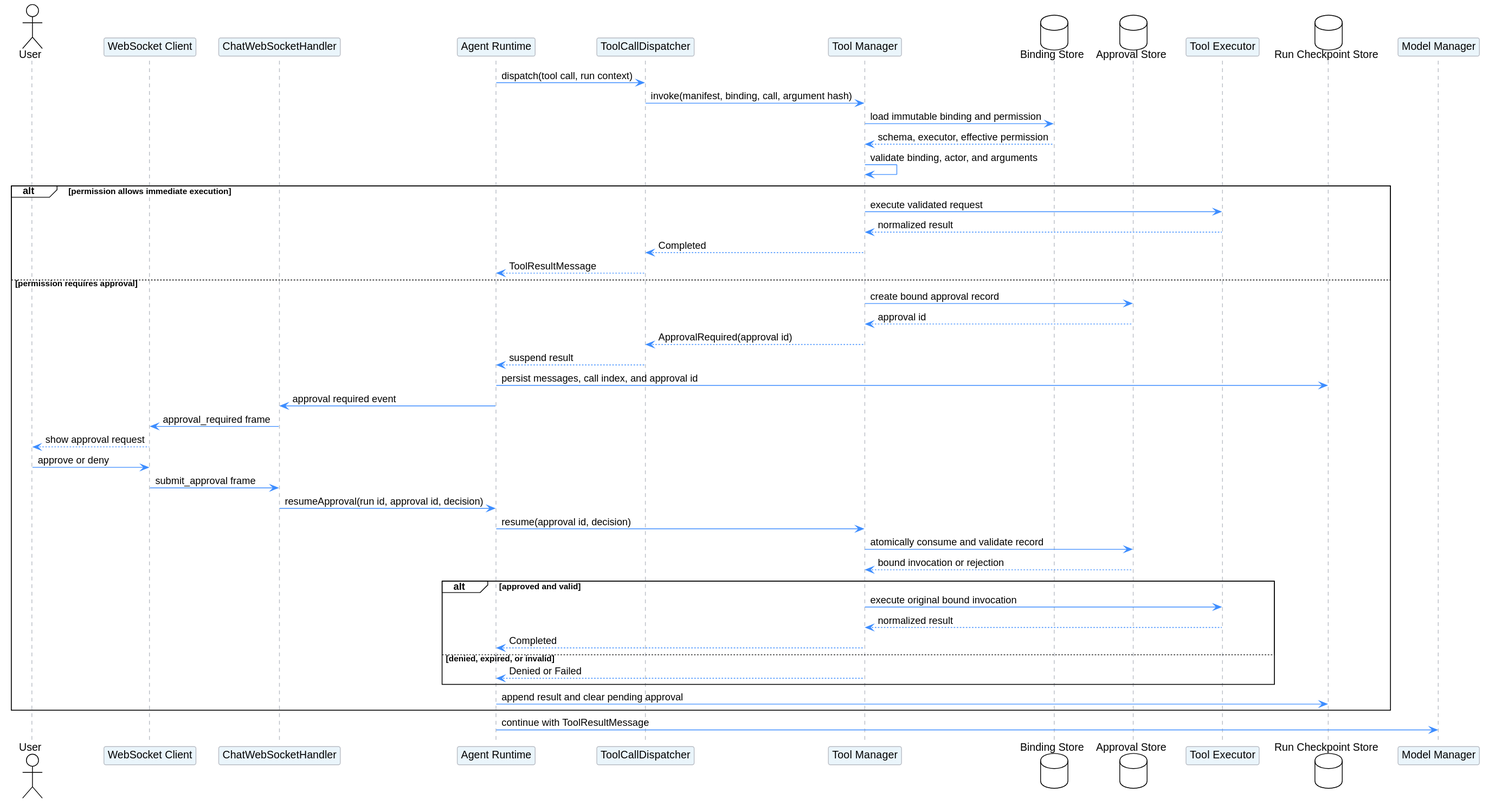
This is managed-agent-session/tool_approval_resume_sequence.svg from superheromeZzh/pi-mono-java-design, a PlantUML export, as it was before one commit. Its diagram source:
```plantuml
@startuml
!theme plain
skinparam backgroundColor white
skinparam defaultFontName Helvetica
skinparam shadowing false
skinparam ArrowColor #3D8DFF
skinparam sequenceParticipantBorderColor #B8BCC4
skinparam sequenceParticipantBackgroundColor #EAF5FB
skinparam sequenceLifeLineBorderColor #B8BCC4

actor User
participant "WebSocket Client" as Client
participant "ChatWebSocketHandler" as Handler
participant "Agent Runtime" as Runtime
participant "ToolCallDispatcher" as Dispatcher
participant "Tool Manager" as ToolManager
database "Binding Store" as BindingStore
database "Approval Store" as ApprovalStore
participant "Tool Executor" as Executor
database "Run Checkpoint Store" as CheckpointStore
participant "Model Manager" as ModelManager

Runtime -> Dispatcher: dispatch(tool call, run context)
Dispatcher -> ToolManager: invoke(manifest, binding, call, argument hash)
ToolManager -> BindingStore: load immutable binding and permission
BindingStore --> ToolManager: schema, executor, effective permission
ToolManager -> ToolManager: validate binding, actor, and arguments

alt permission allows immediate execution
  ToolManager -> Executor: execute validated request
  Executor --> ToolManager: normalized result
  ToolManager --> Dispatcher: Completed
  Dispatcher --> Runtime: ToolResultMessage
else permission requires approval
  ToolManager -> ApprovalStore: create bound approval record
  ApprovalStore --> ToolManager: approval id
  ToolManager --> Dispatcher: ApprovalRequired(approval id)
  Dispatcher --> Runtime: suspend result
  Runtime -> CheckpointStore: persist messages, call index, and approval id
  Runtime -> Handler: approval required event
  Handler -> Client: approval_required frame
  Client --> User: show approval request
  User -> Client: approve or deny
  Client -> Handler: submit_approval frame
  Handler -> Runtime: resumeApproval(run id, approval id, decision)
  Runtime -> ToolManager: resume(approval id, decision)
  ToolManager -> ApprovalStore: atomically consume and validate record
  ApprovalStore --> ToolManager: bound invocation or rejection
  alt approved and valid
    ToolManager -> Executor: execute original bound invocation
    Executor --> ToolManager: normalized result
    ToolManager --> Runtime: Completed
  else denied, expired, or invalid
    ToolManager --> Runtime: Denied or Failed
  end
  Runtime -> CheckpointStore: append result and clear pending approval
end

Runtime -> ModelManager: continue with ToolResultMessage
@enduml
```
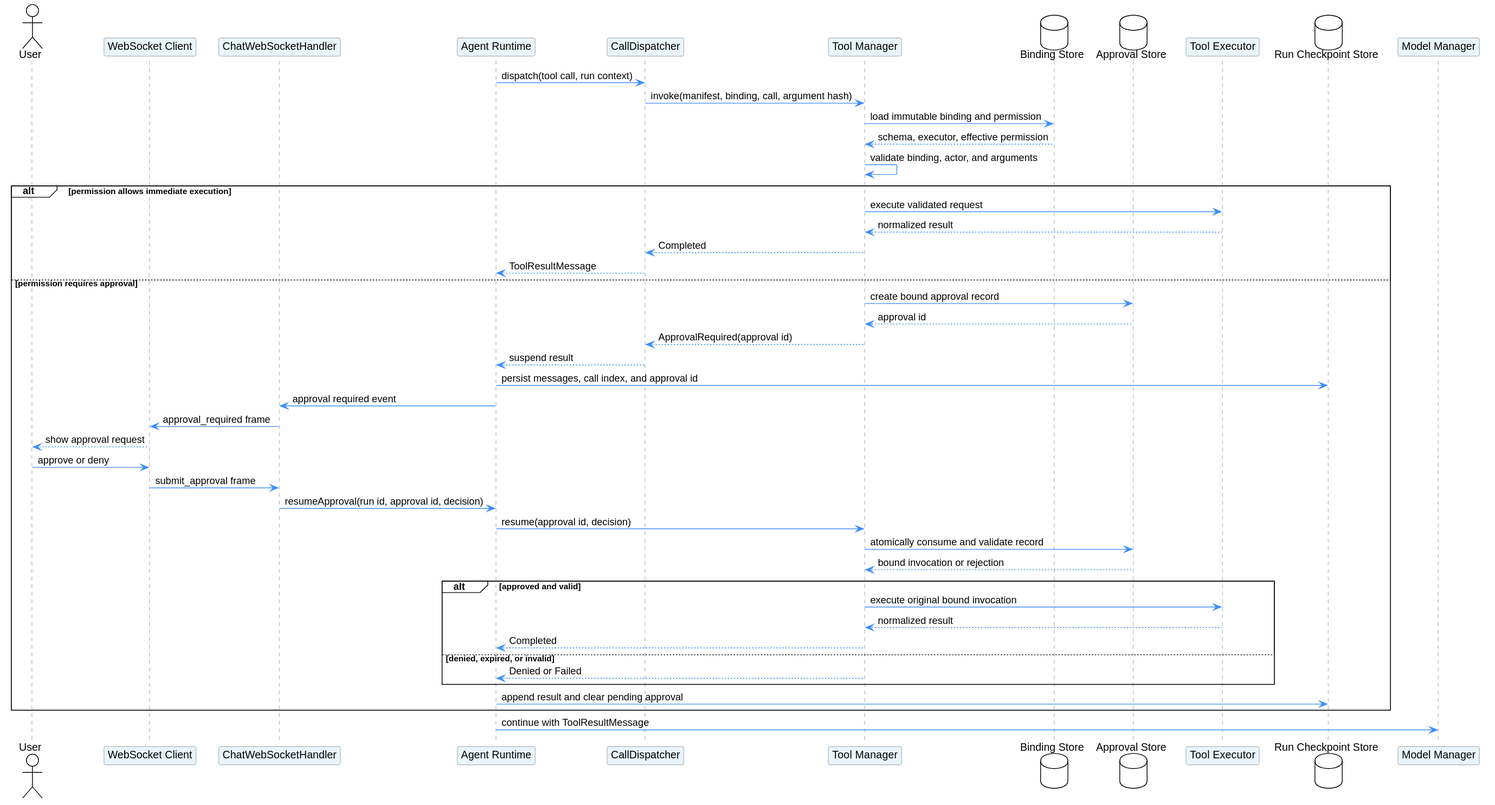
The same file after the commit.

What changed in the source:
```diff
@@ -12,7 +12,7 @@
 participant "WebSocket Client" as Client
 participant "ChatWebSocketHandler" as Handler
 participant "Agent Runtime" as Runtime
-participant "ToolCallDispatcher" as Dispatcher
+participant "CallDispatcher" as Dispatcher
 participant "Tool Manager" as ToolManager
 database "Binding Store" as BindingStore
 database "Approval Store" as ApprovalStore
```
